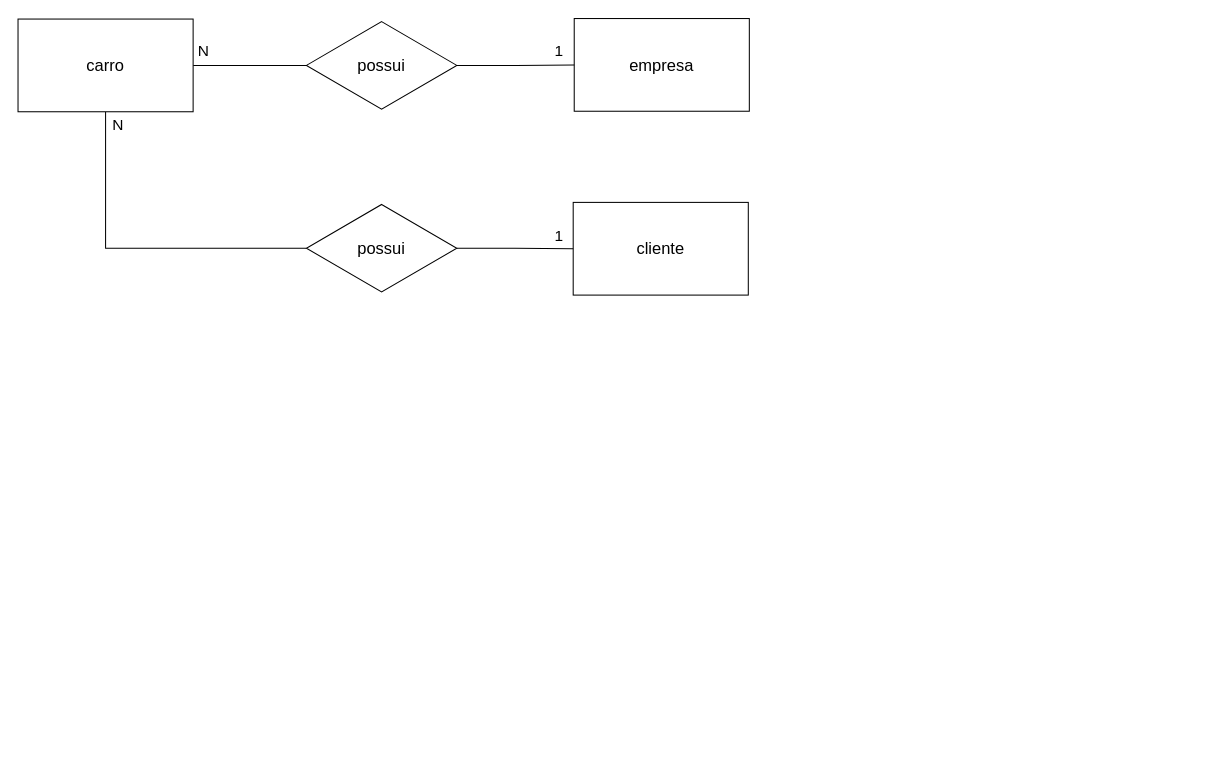
Earlier version of the draw.io diagram page "conceitual" (1 of 2) of exercicios/1.2/exercicio-locadora.drawio (Lucas-Araujo15/senai_sprint1_bd). Source tidied: cells renumbered, new cells numbered last; positions are measured from the earlier drawing's top-left corner, leaving out a move shared by most shapes. Both pictures are drawn from the tidied source at 103%, with x=0, y=0 at pixel (18, 19).
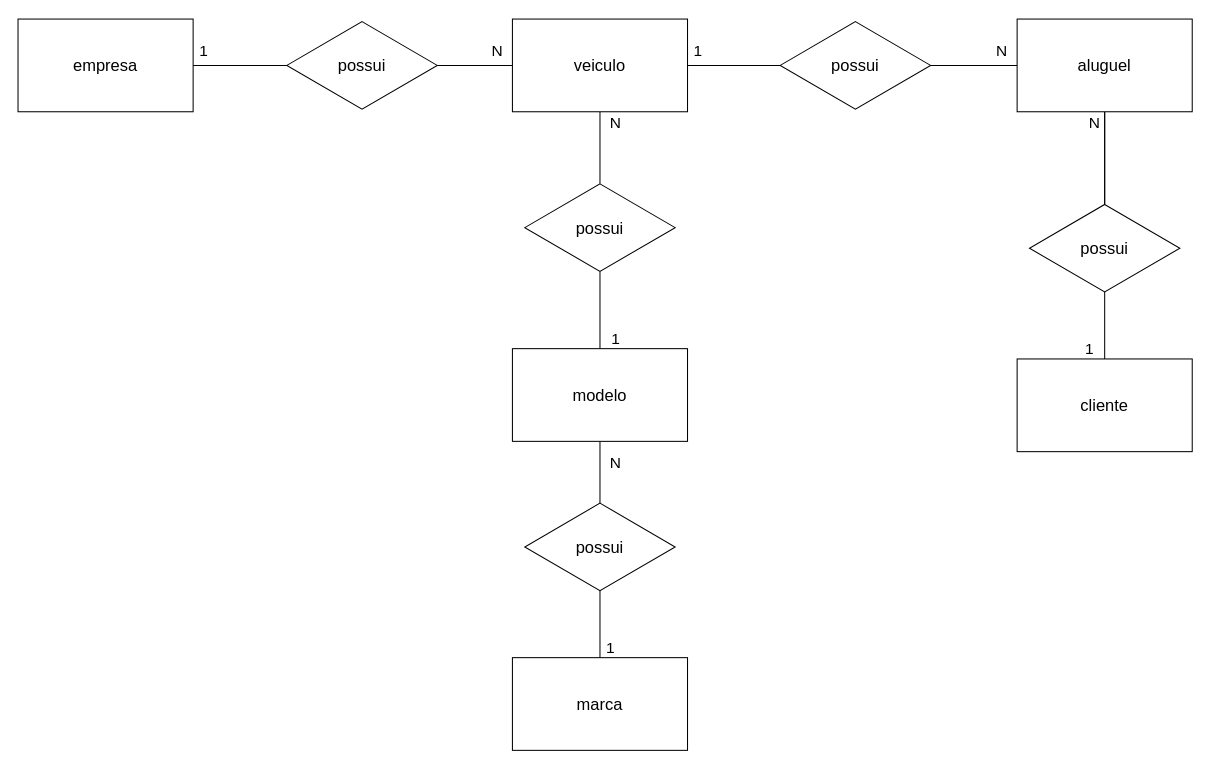
The same page after the edit.

What changed in the source:
```diff
@@
-    <mxCell id="3" style="edgeStyle=orthogonalEdgeStyle;rounded=0;jettySize=auto;html=1;exitX=0.5;exitY=1;exitDx=0;exitDy=0;entryX=0;entryY=0.5;entryDx=0;entryDy=0;endArrow=none;endFill=0;" parent="1" edge="1" source="4" target="10">
-      <mxGeometry relative="1" as="geometry" />
-    </mxCell>
-    <mxCell id="4" value="&lt;font style=&quot;font-size: 16px&quot;&gt;carro&lt;/font&gt;" style="rounded=0;whiteSpace=wrap;html=1;" parent="1" vertex="1">
+    <mxCell id="4" value="&lt;font style=&quot;font-size: 16px&quot;&gt;empresa&lt;/font&gt;" style="rounded=0;whiteSpace=wrap;html=1;" parent="1" vertex="1">
       <mxGeometry width="170" height="90" as="geometry" />
     </mxCell>
+    <mxCell id="15" style="edgeStyle=orthogonalEdgeStyle;rounded=0;jettySize=auto;html=1;exitX=1;exitY=0.5;exitDx=0;exitDy=0;entryX=0;entryY=0.5;entryDx=0;entryDy=0;endArrow=none;endFill=0;" parent="1" edge="1" source="5" target="18">
+      <mxGeometry relative="1" as="geometry" />
+    </mxCell>
+    <mxCell id="16" style="edgeStyle=orthogonalEdgeStyle;rounded=0;jettySize=auto;html=1;exitX=0.5;exitY=1;exitDx=0;exitDy=0;entryX=0.5;entryY=0;entryDx=0;entryDy=0;endArrow=none;endFill=0;" parent="1" edge="1" source="5" target="25">
+      <mxGeometry relative="1" as="geometry" />
+    </mxCell>
-    <mxCell id="5" value="&lt;font style=&quot;font-size: 16px&quot;&gt;empresa&lt;/font&gt;" style="rounded=0;whiteSpace=wrap;html=1;" parent="1" vertex="1">
-      <mxGeometry x="540" y="-0.5" width="170" height="90" as="geometry" />
+    <mxCell id="5" value="&lt;font style=&quot;font-size: 16px&quot;&gt;veiculo&lt;/font&gt;" style="rounded=0;whiteSpace=wrap;html=1;" parent="1" vertex="1">
+      <mxGeometry x="480" width="170" height="90" as="geometry" />
     </mxCell>
-    <mxCell id="6" value="&lt;font style=&quot;font-size: 16px&quot;&gt;cliente&lt;/font&gt;" style="rounded=0;whiteSpace=wrap;html=1;" parent="1" vertex="1">
-      <mxGeometry x="539" y="178" width="170" height="90" as="geometry" />
-    </mxCell>
@@
     <mxCell id="8" value="&lt;font style=&quot;font-size: 16px&quot;&gt;possui&lt;/font&gt;" style="shape=rhombus;perimeter=rhombusPerimeter;whiteSpace=wrap;html=1;align=center;" parent="1" vertex="1">
-      <mxGeometry x="280" y="2.5" width="146" height="85" as="geometry" />
+      <mxGeometry x="261" y="2.5" width="146" height="85" as="geometry" />
     </mxCell>
-    <mxCell id="9" style="edgeStyle=orthogonalEdgeStyle;rounded=0;jettySize=auto;html=1;exitX=1;exitY=0.5;exitDx=0;exitDy=0;entryX=0;entryY=0.5;entryDx=0;entryDy=0;endArrow=none;endFill=0;" parent="1" edge="1" source="10" target="6">
-      <mxGeometry relative="1" as="geometry" />
-    </mxCell>
-    <mxCell id="10" value="&lt;font style=&quot;font-size: 16px&quot;&gt;possui&lt;/font&gt;" style="shape=rhombus;perimeter=rhombusPerimeter;whiteSpace=wrap;html=1;align=center;" parent="1" vertex="1">
-      <mxGeometry x="280" y="180" width="146" height="85" as="geometry" />
-    </mxCell>
     <mxCell id="11" value="&lt;font style=&quot;font-size: 15px&quot;&gt;N&lt;/font&gt;" style="text;html=1;align=center;verticalAlign=middle;strokeColor=none;" parent="1" vertex="1">
-      <mxGeometry x="165" y="20" width="30" height="20" as="geometry" />
+      <mxGeometry x="450" y="20" width="30" height="20" as="geometry" />
     </mxCell>
     <mxCell id="12" value="&lt;font style=&quot;font-size: 15px&quot;&gt;1&lt;/font&gt;" style="text;html=1;align=center;verticalAlign=middle;strokeColor=none;" parent="1" vertex="1">
-      <mxGeometry x="515" y="20" width="20" height="20" as="geometry" />
+      <mxGeometry x="170" y="20" width="20" height="20" as="geometry" />
     </mxCell>
-    <mxCell id="13" value="&lt;font style=&quot;font-size: 15px&quot;&gt;1&lt;/font&gt;" style="text;html=1;align=center;verticalAlign=middle;strokeColor=none;" parent="1" vertex="1">
-      <mxGeometry x="515" y="200" width="20" height="20" as="geometry" />
-    </mxCell>
-    <mxCell id="14" value="&lt;font style=&quot;font-size: 15px&quot;&gt;N&lt;/font&gt;" style="text;html=1;align=center;verticalAlign=middle;strokeColor=none;" parent="1" vertex="1">
-      <mxGeometry x="82" y="92" width="30" height="20" as="geometry" />
-    </mxCell>
+    <mxCell id="17" style="edgeStyle=orthogonalEdgeStyle;rounded=0;jettySize=auto;html=1;exitX=1;exitY=0.5;exitDx=0;exitDy=0;entryX=0;entryY=0.5;entryDx=0;entryDy=0;endArrow=none;endFill=0;" parent="1" edge="1" source="18" target="21">
+      <mxGeometry relative="1" as="geometry" />
+    </mxCell>
+    <mxCell id="18" value="&lt;font style=&quot;font-size: 16px&quot;&gt;possui&lt;/font&gt;" style="shape=rhombus;perimeter=rhombusPerimeter;whiteSpace=wrap;html=1;align=center;" parent="1" vertex="1">
+      <mxGeometry x="740" y="2.5" width="146" height="85" as="geometry" />
+    </mxCell>
+    <mxCell id="19" style="edgeStyle=orthogonalEdgeStyle;rounded=0;jettySize=auto;html=1;exitX=0.5;exitY=1;exitDx=0;exitDy=0;entryX=0.5;entryY=0;entryDx=0;entryDy=0;endArrow=none;endFill=0;" parent="1" edge="1" source="21" target="23">
+      <mxGeometry relative="1" as="geometry" />
+    </mxCell>
+    <mxCell id="20" style="edgeStyle=orthogonalEdgeStyle;rounded=0;jettySize=auto;html=1;endArrow=none;endFill=0;" parent="1" edge="1" source="21" target="23">
+      <mxGeometry relative="1" as="geometry" />
+    </mxCell>
+    <mxCell id="21" value="&lt;font style=&quot;font-size: 16px&quot;&gt;aluguel&lt;/font&gt;" style="rounded=0;whiteSpace=wrap;html=1;" parent="1" vertex="1">
+      <mxGeometry x="970" width="170" height="90" as="geometry" />
+    </mxCell>
+    <mxCell id="22" style="edgeStyle=orthogonalEdgeStyle;rounded=0;jettySize=auto;html=1;exitX=0.5;exitY=1;exitDx=0;exitDy=0;entryX=0.5;entryY=0;entryDx=0;entryDy=0;endArrow=none;endFill=0;" parent="1" edge="1" source="23" target="6">
+      <mxGeometry relative="1" as="geometry" />
+    </mxCell>
+    <mxCell id="23" value="&lt;font style=&quot;font-size: 16px&quot;&gt;possui&lt;/font&gt;" style="shape=rhombus;perimeter=rhombusPerimeter;whiteSpace=wrap;html=1;align=center;" parent="1" vertex="1">
+      <mxGeometry x="982" y="180" width="146" height="85" as="geometry" />
+    </mxCell>
+    <mxCell id="6" value="&lt;font style=&quot;font-size: 16px&quot;&gt;cliente&lt;/font&gt;" style="rounded=0;whiteSpace=wrap;html=1;" parent="1" vertex="1">
+      <mxGeometry x="970" y="330" width="170" height="90" as="geometry" />
+    </mxCell>
+    <mxCell id="24" style="edgeStyle=orthogonalEdgeStyle;rounded=0;jettySize=auto;html=1;exitX=0.5;exitY=1;exitDx=0;exitDy=0;entryX=0.5;entryY=0;entryDx=0;entryDy=0;endArrow=none;endFill=0;" parent="1" edge="1" source="25" target="27">
+      <mxGeometry relative="1" as="geometry" />
+    </mxCell>
+    <mxCell id="25" value="&lt;font style=&quot;font-size: 16px&quot;&gt;possui&lt;/font&gt;" style="shape=rhombus;perimeter=rhombusPerimeter;whiteSpace=wrap;html=1;align=center;" parent="1" vertex="1">
+      <mxGeometry x="492" y="160" width="146" height="85" as="geometry" />
+    </mxCell>
+    <mxCell id="26" style="edgeStyle=orthogonalEdgeStyle;rounded=0;jettySize=auto;html=1;exitX=0.5;exitY=1;exitDx=0;exitDy=0;entryX=0.5;entryY=0;entryDx=0;entryDy=0;endArrow=none;endFill=0;" parent="1" edge="1" source="27" target="29">
+      <mxGeometry relative="1" as="geometry" />
+    </mxCell>
+    <mxCell id="27" value="&lt;font style=&quot;font-size: 16px&quot;&gt;modelo&lt;/font&gt;" style="rounded=0;whiteSpace=wrap;html=1;" parent="1" vertex="1">
+      <mxGeometry x="480" y="320" width="170" height="90" as="geometry" />
+    </mxCell>
+    <mxCell id="28" style="edgeStyle=orthogonalEdgeStyle;rounded=0;jettySize=auto;html=1;exitX=0.5;exitY=1;exitDx=0;exitDy=0;entryX=0.5;entryY=0;entryDx=0;entryDy=0;endArrow=none;endFill=0;" parent="1" edge="1" source="29" target="30">
+      <mxGeometry relative="1" as="geometry" />
+    </mxCell>
+    <mxCell id="29" value="&lt;font style=&quot;font-size: 16px&quot;&gt;possui&lt;/font&gt;" style="shape=rhombus;perimeter=rhombusPerimeter;whiteSpace=wrap;html=1;align=center;" parent="1" vertex="1">
+      <mxGeometry x="492" y="470" width="146" height="85" as="geometry" />
+    </mxCell>
+    <mxCell id="30" value="&lt;font style=&quot;font-size: 16px&quot;&gt;marca&lt;/font&gt;" style="rounded=0;whiteSpace=wrap;html=1;" parent="1" vertex="1">
+      <mxGeometry x="480" y="620" width="170" height="90" as="geometry" />
+    </mxCell>
+    <mxCell id="31" value="&lt;font style=&quot;font-size: 15px&quot;&gt;1&lt;/font&gt;" style="text;html=1;align=center;verticalAlign=middle;strokeColor=none;" parent="1" vertex="1">
+      <mxGeometry x="650" y="20" width="20" height="20" as="geometry" />
+    </mxCell>
+    <mxCell id="32" value="&lt;font style=&quot;font-size: 15px&quot;&gt;N&lt;/font&gt;" style="text;html=1;align=center;verticalAlign=middle;strokeColor=none;" parent="1" vertex="1">
+      <mxGeometry x="940" y="20" width="30" height="20" as="geometry" />
+    </mxCell>
+    <mxCell id="33" value="&lt;font style=&quot;font-size: 15px&quot;&gt;N&lt;/font&gt;" style="text;html=1;align=center;verticalAlign=middle;strokeColor=none;" parent="1" vertex="1">
+      <mxGeometry x="1030" y="90" width="30" height="20" as="geometry" />
+    </mxCell>
+    <mxCell id="34" value="&lt;font style=&quot;font-size: 15px&quot;&gt;1&lt;/font&gt;" style="text;html=1;align=center;verticalAlign=middle;strokeColor=none;" parent="1" vertex="1">
+      <mxGeometry x="1030" y="310" width="20" height="20" as="geometry" />
+    </mxCell>
+    <mxCell id="35" value="&lt;font style=&quot;font-size: 15px&quot;&gt;1&lt;/font&gt;" style="text;html=1;align=center;verticalAlign=middle;strokeColor=none;" parent="1" vertex="1">
+      <mxGeometry x="570" y="300" width="20" height="20" as="geometry" />
+    </mxCell>
+    <mxCell id="36" value="&lt;font style=&quot;font-size: 15px&quot;&gt;N&lt;/font&gt;" style="text;html=1;align=center;verticalAlign=middle;strokeColor=none;" parent="1" vertex="1">
+      <mxGeometry x="565" y="89.5" width="30" height="20" as="geometry" />
+    </mxCell>
+    <mxCell id="37" value="&lt;font style=&quot;font-size: 15px&quot;&gt;N&lt;/font&gt;" style="text;html=1;align=center;verticalAlign=middle;strokeColor=none;" parent="1" vertex="1">
+      <mxGeometry x="565" y="420" width="30" height="20" as="geometry" />
+    </mxCell>
+    <mxCell id="38" value="&lt;font style=&quot;font-size: 15px&quot;&gt;1&lt;/font&gt;" style="text;html=1;align=center;verticalAlign=middle;strokeColor=none;" parent="1" vertex="1">
+      <mxGeometry x="565" y="600" width="20" height="20" as="geometry" />
+    </mxCell>
```
